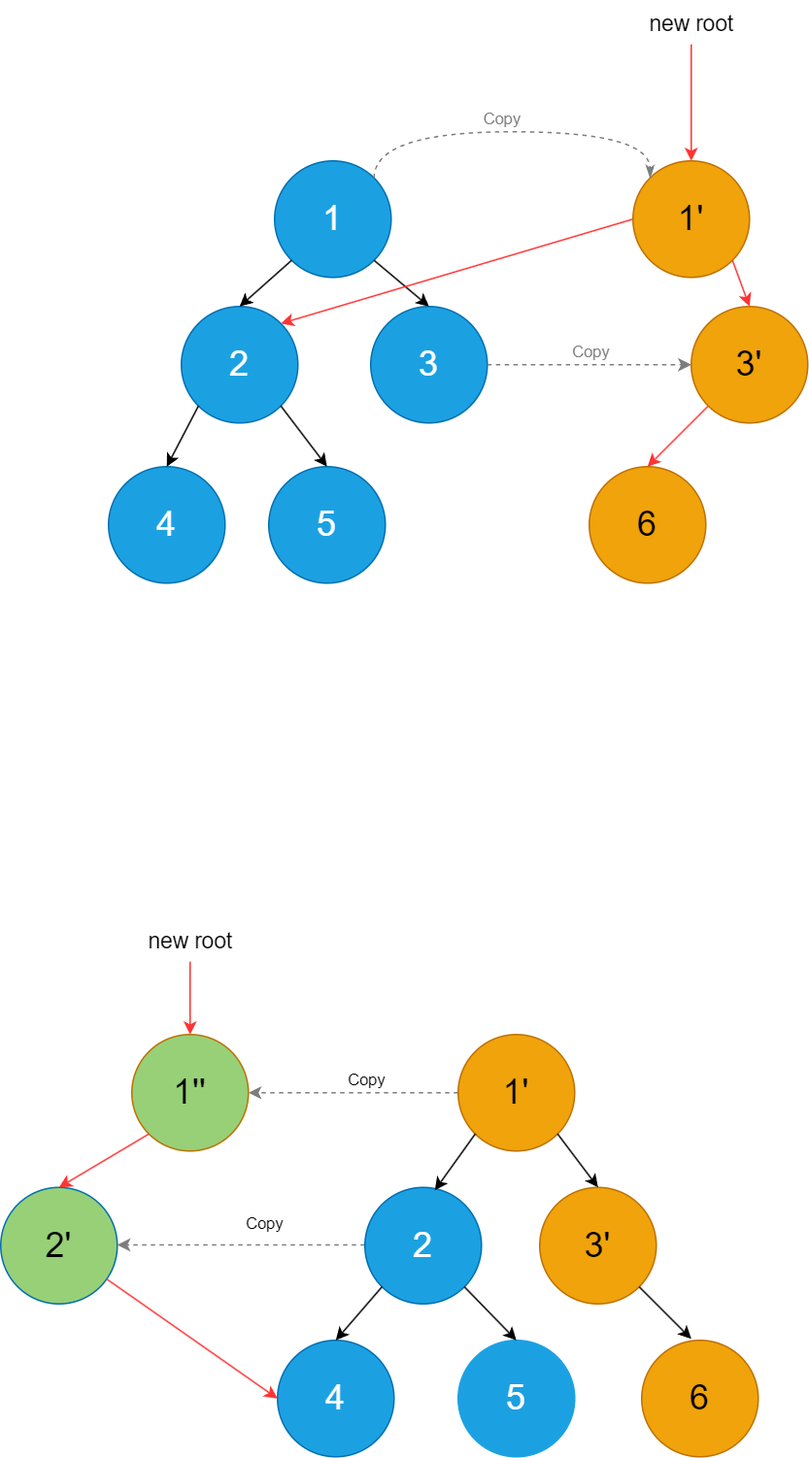
Earlier version of the draw.io export drafts/Pics_normal/ImmuTree删除节点.drawio.png (PopoPlus/learn-skills-github-pages). Source tidied: cells renumbered, new cells last; positions are measured from the earlier drawing's top-left corner, leaving out a move shared by most shapes.
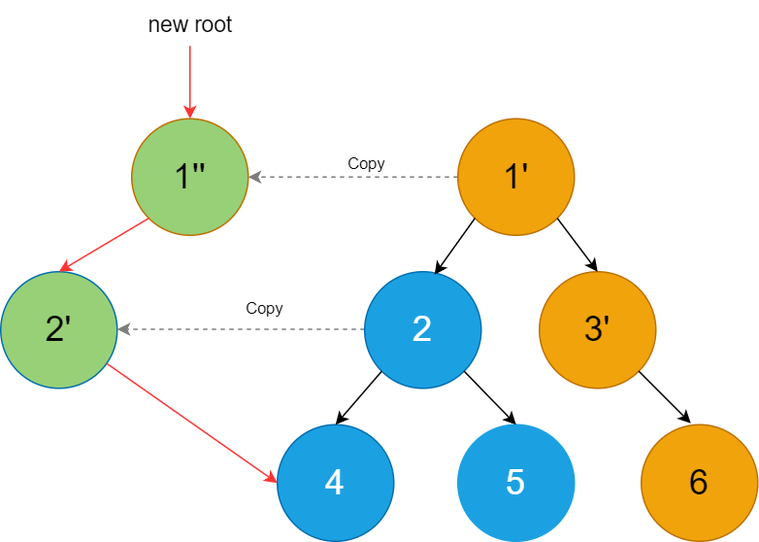
Above is the later version.

Commit message:
完善内容，并修改部分示意图。

What changed in the source:
```diff
@@ -17,25 +17,25 @@
     <mxCell id="6" style="edgeStyle=orthogonalEdgeStyle;rounded=0;jettySize=auto;html=1;exitX=0;exitY=0.5;exitDx=0;exitDy=0;entryX=1;entryY=0.5;entryDx=0;entryDy=0;dashed=1;strokeColor=#7D7D7D;" parent="2" edge="1" source="8" target="3">
       <mxGeometry relative="1" as="geometry" />
     </mxCell>
-    <mxCell id="7" value="Copy" style="edgeLabel;html=1;align=center;verticalAlign=middle;labelBackgroundColor=none;" parent="6" vertex="1">
-      <mxGeometry x="-0.1" y="1" relative="1" as="geometry">
-        <mxPoint x="1" y="-11" as="offset" />
-      </mxGeometry>
-    </mxCell>
+    <mxCell id="46" value="Copy" style="edgeLabel;html=1;align=center;verticalAlign=middle;labelBackgroundColor=none;" parent="6" vertex="1">
+      <mxGeometry x="-0.1" y="1" relative="1" as="geometry">
+        <mxPoint x="1" y="-11" as="offset" />
+      </mxGeometry>
+    </mxCell>
     <mxCell id="8" value="&lt;font style=&quot;font-size: 24px;&quot;&gt;1'&lt;/font&gt;" style="ellipse;whiteSpace=wrap;html=1;fillColor=#f0a30a;fontColor=#000000;strokeColor=#BD7000;" parent="2" vertex="1">
       <mxGeometry x="314" y="80" width="80" height="80" as="geometry" />
     </mxCell>
-    <mxCell id="9" style="edgeStyle=orthogonalEdgeStyle;rounded=0;orthogonalLoop=1;jettySize=auto;html=1;exitX=0;exitY=0.5;exitDx=0;exitDy=0;dashed=1;strokeColor=#7D7D7D;" parent="2" edge="1">
-      <mxGeometry relative="1" as="geometry">
-        <mxPoint x="250" y="224.5" as="sourcePoint" />
-        <mxPoint x="80" y="224.5" as="targetPoint" />
-      </mxGeometry>
-    </mxCell>
-    <mxCell id="10" value="Copy" style="edgeLabel;html=1;align=center;verticalAlign=middle;labelBackgroundColor=none;" parent="9" vertex="1">
-      <mxGeometry x="-0.19" y="-2" relative="1" as="geometry">
-        <mxPoint x="-1" y="-13" as="offset" />
-      </mxGeometry>
-    </mxCell>
+    <mxCell id="47" style="edgeStyle=orthogonalEdgeStyle;rounded=0;orthogonalLoop=1;jettySize=auto;html=1;exitX=0;exitY=0.5;exitDx=0;exitDy=0;dashed=1;strokeColor=#7D7D7D;" parent="2" edge="1">
+      <mxGeometry relative="1" as="geometry">
+        <mxPoint x="250" y="224.5" as="sourcePoint" />
+        <mxPoint x="80" y="224.5" as="targetPoint" />
+      </mxGeometry>
+    </mxCell>
+    <mxCell id="48" value="Copy" style="edgeLabel;html=1;align=center;verticalAlign=middle;labelBackgroundColor=none;" parent="47" vertex="1">
+      <mxGeometry x="-0.19" y="-2" relative="1" as="geometry">
+        <mxPoint x="-1" y="-13" as="offset" />
+      </mxGeometry>
+    </mxCell>
     <mxCell id="11" value="&lt;font style=&quot;font-size: 24px;&quot;&gt;2&lt;/font&gt;" style="ellipse;whiteSpace=wrap;html=1;fillColor=#1ba1e2;fontColor=#ffffff;strokeColor=#006EAF;" parent="2" vertex="1">
       <mxGeometry x="250" y="185" width="80" height="80" as="geometry" />
     </mxCell>
@@ -75,80 +75,5 @@
     <mxCell id="23" value="new root" style="text;html=1;align=center;verticalAlign=middle;points=[];strokeColor=none;fillColor=none;strokeWidth=2;fontSize=15;" parent="2" vertex="1">
       <mxGeometry x="90" width="80" height="30" as="geometry" />
     </mxCell>
-    <mxCell id="24" style="group;" parent="1" vertex="1">
-      <mxGeometry x="74" width="480" height="400" as="geometry" />
-    </mxCell>
-    <mxCell id="25" value="&lt;font style=&quot;font-size: 24px;&quot;&gt;1&lt;/font&gt;" style="ellipse;whiteSpace=wrap;html=1;fillColor=#1ba1e2;fontColor=#ffffff;strokeColor=#006EAF;" parent="24" vertex="1">
-      <mxGeometry x="114" y="110" width="80" height="80" as="geometry" />
-    </mxCell>
-    <mxCell id="26" value="&lt;font style=&quot;font-size: 24px;&quot;&gt;2&lt;/font&gt;" style="ellipse;whiteSpace=wrap;html=1;fillColor=#1ba1e2;fontColor=#ffffff;strokeColor=#006EAF;" parent="24" vertex="1">
-      <mxGeometry x="50" y="210" width="80" height="80" as="geometry" />
-    </mxCell>
-    <mxCell id="27" style="rounded=0;jettySize=auto;html=1;exitX=0;exitY=1;exitDx=0;exitDy=0;entryX=0.5;entryY=0;entryDx=0;entryDy=0;" parent="24" edge="1" source="25" target="26">
-      <mxGeometry relative="1" as="geometry" />
-    </mxCell>
-    <mxCell id="28" value="&lt;font style=&quot;font-size: 24px;&quot;&gt;3&lt;/font&gt;" style="ellipse;whiteSpace=wrap;html=1;fillColor=#1ba1e2;fontColor=#ffffff;strokeColor=#006EAF;" parent="24" vertex="1">
-      <mxGeometry x="180" y="210" width="80" height="80" as="geometry" />
-    </mxCell>
-    <mxCell id="29" style="rounded=0;jettySize=auto;html=1;exitX=1;exitY=1;exitDx=0;exitDy=0;entryX=0.5;entryY=0;entryDx=0;entryDy=0;" parent="24" edge="1" source="25" target="28">
-      <mxGeometry relative="1" as="geometry" />
-    </mxCell>
-    <mxCell id="30" value="&lt;font style=&quot;font-size: 24px;&quot;&gt;4&lt;/font&gt;" style="ellipse;whiteSpace=wrap;html=1;fillColor=#1ba1e2;fontColor=#ffffff;strokeColor=#006EAF;" parent="24" vertex="1">
-      <mxGeometry y="320" width="80" height="80" as="geometry" />
-    </mxCell>
-    <mxCell id="31" style="rounded=0;jettySize=auto;html=1;exitX=0;exitY=1;exitDx=0;exitDy=0;entryX=0.5;entryY=0;entryDx=0;entryDy=0;" parent="24" edge="1" source="26" target="30">
-      <mxGeometry relative="1" as="geometry" />
-    </mxCell>
-    <mxCell id="32" value="&lt;font style=&quot;font-size: 24px;&quot;&gt;5&lt;/font&gt;" style="ellipse;whiteSpace=wrap;html=1;fillColor=#1BA1E2;fontColor=#ffffff;strokeColor=#006EAF;" parent="24" vertex="1">
-      <mxGeometry x="110" y="320" width="80" height="80" as="geometry" />
-    </mxCell>
-    <mxCell id="33" style="rounded=0;jettySize=auto;html=1;exitX=1;exitY=1;exitDx=0;exitDy=0;entryX=0.5;entryY=0;entryDx=0;entryDy=0;" parent="24" edge="1" source="26" target="32">
-      <mxGeometry relative="1" as="geometry" />
-    </mxCell>
-    <mxCell id="34" value="&lt;font style=&quot;font-size: 24px;&quot;&gt;6&lt;/font&gt;" style="ellipse;whiteSpace=wrap;html=1;fillColor=#f0a30a;fontColor=#000000;strokeColor=#BD7000;" parent="24" vertex="1">
-      <mxGeometry x="330" y="320" width="80" height="80" as="geometry" />
-    </mxCell>
-    <mxCell id="35" style="rounded=0;jettySize=auto;html=1;exitX=0;exitY=0.5;exitDx=0;exitDy=0;entryX=1;entryY=0;entryDx=0;entryDy=0;fillColor=#e51400;strokeColor=#FF3333;strokeWidth=1;" parent="24" edge="1" source="36" target="26">
-      <mxGeometry relative="1" as="geometry" />
-    </mxCell>
-    <mxCell id="36" value="&lt;font style=&quot;font-size: 24px;&quot;&gt;1'&lt;/font&gt;" style="ellipse;whiteSpace=wrap;html=1;fillColor=#f0a30a;fontColor=#000000;strokeColor=#BD7000;" parent="24" vertex="1">
-      <mxGeometry x="360" y="110" width="80" height="80" as="geometry" />
-    </mxCell>
-    <mxCell id="37" style="edgeStyle=orthogonalEdgeStyle;rounded=0;jettySize=auto;html=1;exitX=1;exitY=0;exitDx=0;exitDy=0;entryX=0;entryY=0;entryDx=0;entryDy=0;curved=1;dashed=1;endArrow=classicThin;endFill=1;startArrow=none;startFill=0;strokeColor=#7D7D7D;" parent="24" edge="1" source="25" target="36">
-      <mxGeometry relative="1" as="geometry">
-        <Array as="points">
-          <mxPoint x="182" y="90" />
-          <mxPoint x="372" y="90" />
-        </Array>
-      </mxGeometry>
-    </mxCell>
-    <mxCell id="38" value="Copy" style="edgeLabel;html=1;align=center;verticalAlign=middle;fontColor=#7D7D7D;labelBackgroundColor=none;" parent="37" vertex="1">
-      <mxGeometry x="0.07" y="-1" relative="1" as="geometry">
-        <mxPoint x="-16" y="-11" as="offset" />
-      </mxGeometry>
-    </mxCell>
-    <mxCell id="39" style="rounded=0;jettySize=auto;html=1;exitX=0;exitY=1;exitDx=0;exitDy=0;entryX=0.5;entryY=0;entryDx=0;entryDy=0;strokeColor=#FF3333;" parent="24" edge="1" source="40" target="34">
-      <mxGeometry relative="1" as="geometry" />
-    </mxCell>
-    <mxCell id="40" value="&lt;font style=&quot;font-size: 24px;&quot;&gt;3'&lt;/font&gt;" style="ellipse;whiteSpace=wrap;html=1;fillColor=#f0a30a;fontColor=#000000;strokeColor=#BD7000;" parent="24" vertex="1">
-      <mxGeometry x="400" y="210" width="80" height="80" as="geometry" />
-    </mxCell>
-    <mxCell id="41" style="edgeStyle=orthogonalEdgeStyle;rounded=0;jettySize=auto;html=1;exitX=1;exitY=0.5;exitDx=0;exitDy=0;entryX=0;entryY=0.5;entryDx=0;entryDy=0;curved=1;dashed=1;endArrow=classic;endFill=1;startArrow=none;startFill=0;strokeColor=#7D7D7D;" parent="24" edge="1" source="28" target="40">
-      <mxGeometry relative="1" as="geometry" />
-    </mxCell>
-    <mxCell id="42" value="Copy" style="edgeLabel;html=1;align=center;verticalAlign=middle;fontColor=#7D7D7D;labelBackgroundColor=none;" parent="41" vertex="1">
-      <mxGeometry x="-0.03" y="3" relative="1" as="geometry">
-        <mxPoint x="2" y="-7" as="offset" />
-      </mxGeometry>
-    </mxCell>
-    <mxCell id="43" style="rounded=0;jettySize=auto;html=1;exitX=1;exitY=1;exitDx=0;exitDy=0;entryX=0.5;entryY=0;entryDx=0;entryDy=0;strokeColor=#FF3333;" parent="24" edge="1" source="36" target="40">
-      <mxGeometry relative="1" as="geometry" />
-    </mxCell>
-    <mxCell id="44" style="edgeStyle=orthogonalEdgeStyle;rounded=0;jettySize=auto;html=1;strokeWidth=1;strokeColor=#FF3333;" parent="24" edge="1" source="45" target="36">
-      <mxGeometry relative="1" as="geometry" />
-    </mxCell>
-    <mxCell id="45" value="new root" style="text;html=1;align=center;verticalAlign=middle;points=[];strokeColor=none;fillColor=none;strokeWidth=2;fontSize=15;" parent="24" vertex="1">
-      <mxGeometry x="360" width="80" height="30" as="geometry" />
-    </mxCell>
   </root>
 </mxGraphModel>
```
